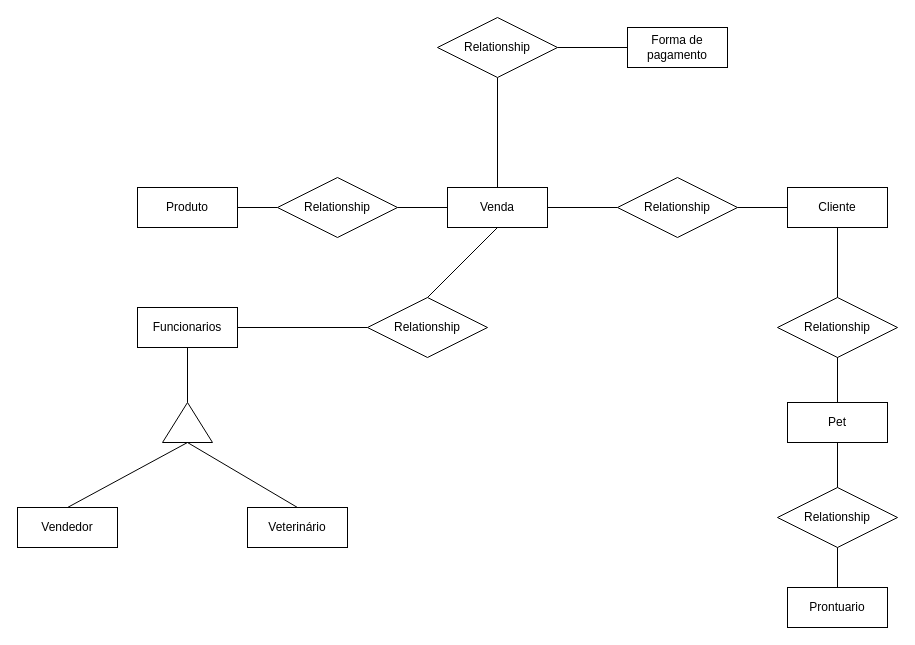
Above: Untitled Diagram.drawio in jhonnywalkerdev/db-petshop-relationship (draw.io), before the change. Source tidied: cells renumbered, new cells numbered last; positions are measured from the earlier drawing's top-left corner, leaving out a move shared by most shapes. Both pictures are drawn from the tidied source at 100%, with x=0, y=0 at pixel (17, 17).
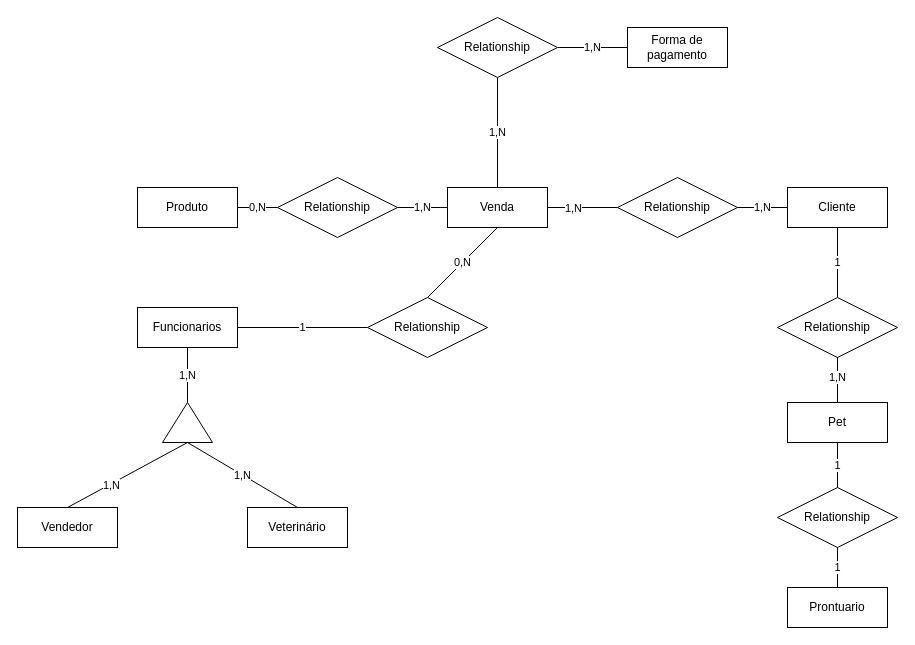
The same page after the edit.

Commit message:
update relationships values

Unchanged cells that the change refers to:
```xml
<mxCell id="2" value="Venda" style="whiteSpace=wrap;html=1;align=center;" parent="1" vertex="1">
  <mxGeometry x="430" y="170" width="100" height="40" as="geometry" />
</mxCell>
<mxCell id="3" value="Produto" style="whiteSpace=wrap;html=1;align=center;" parent="1" vertex="1">
  <mxGeometry x="120" y="170" width="100" height="40" as="geometry" />
</mxCell>
<mxCell id="4" value="Funcionarios" style="whiteSpace=wrap;html=1;align=center;" parent="1" vertex="1">
  <mxGeometry x="120" y="290" width="100" height="40" as="geometry" />
</mxCell>
<mxCell id="5" style="triangle;whiteSpace=wrap;html=1;rotation=-90;" parent="1" vertex="1">
  <mxGeometry x="150" y="380" width="40" height="50" as="geometry" />
</mxCell>
<mxCell id="6" value="Veterinário" style="whiteSpace=wrap;html=1;align=center;" parent="1" vertex="1">
  <mxGeometry x="230" y="490" width="100" height="40" as="geometry" />
</mxCell>
<mxCell id="8" style="endArrow=none;html=1;rounded=0;exitX=0;exitY=0.5;exitDx=0;exitDy=0;entryX=0.5;entryY=0;entryDx=0;entryDy=0;endFill=0;" parent="1" edge="1" source="5" target="7">
  <mxGeometry relative="1" as="geometry" />
</mxCell>
<mxCell id="11" value="Relationship" style="shape=rhombus;perimeter=rhombusPerimeter;whiteSpace=wrap;html=1;align=center;" parent="1" vertex="1">
  <mxGeometry x="260" y="160" width="120" height="60" as="geometry" />
</mxCell>
<mxCell id="14" value="Cliente" style="whiteSpace=wrap;html=1;align=center;" parent="1" vertex="1">
  <mxGeometry x="770" y="170" width="100" height="40" as="geometry" />
</mxCell>
<mxCell id="15" value="Relationship" style="shape=rhombus;perimeter=rhombusPerimeter;whiteSpace=wrap;html=1;align=center;" parent="1" vertex="1">
  <mxGeometry x="600" y="160" width="120" height="60" as="geometry" />
</mxCell>
<mxCell id="16" style="endArrow=none;html=1;rounded=0;exitX=1;exitY=0.5;exitDx=0;exitDy=0;entryX=0;entryY=0.5;entryDx=0;entryDy=0;endFill=0;" parent="1" edge="1" source="2" target="15">
  <mxGeometry relative="1" as="geometry" />
</mxCell>
<mxCell id="18" value="Relationship" style="shape=rhombus;perimeter=rhombusPerimeter;whiteSpace=wrap;html=1;align=center;" parent="1" vertex="1">
  <mxGeometry x="760" y="280" width="120" height="60" as="geometry" />
</mxCell>
<mxCell id="21" value="Pet" style="whiteSpace=wrap;html=1;align=center;" parent="1" vertex="1">
  <mxGeometry x="770" y="385" width="100" height="40" as="geometry" />
</mxCell>
<mxCell id="22" value="Relationship" style="shape=rhombus;perimeter=rhombusPerimeter;whiteSpace=wrap;html=1;align=center;" parent="1" vertex="1">
  <mxGeometry x="760" y="470" width="120" height="60" as="geometry" />
</mxCell>
<mxCell id="23" value="Prontuario" style="whiteSpace=wrap;html=1;align=center;" parent="1" vertex="1">
  <mxGeometry x="770" y="570" width="100" height="40" as="geometry" />
</mxCell>
<mxCell id="27" value="Relationship" style="shape=rhombus;perimeter=rhombusPerimeter;whiteSpace=wrap;html=1;align=center;" parent="1" vertex="1">
  <mxGeometry x="350" y="280" width="120" height="60" as="geometry" />
</mxCell>
<mxCell id="30" value="Forma de pagamento" style="whiteSpace=wrap;html=1;align=center;" parent="1" vertex="1">
  <mxGeometry x="610" y="10" width="100" height="40" as="geometry" />
</mxCell>
<mxCell id="33" value="Relationship" style="shape=rhombus;perimeter=rhombusPerimeter;whiteSpace=wrap;html=1;align=center;" parent="1" vertex="1">
  <mxGeometry x="420" width="120" height="60" as="geometry" />
</mxCell>
```

The edit, as a diff of the source:
```diff
@@
+    <mxCell id="34" value="1,N" style="edgeLabel;html=1;align=center;verticalAlign=middle;" parent="8" vertex="1">
+      <mxGeometry x="0.29" y="1" relative="1" as="geometry" />
+    </mxCell>
-    <mxCell id="9" style="endArrow=none;html=1;rounded=0;exitX=0;exitY=0.5;exitDx=0;exitDy=0;entryX=0.5;entryY=0;entryDx=0;entryDy=0;strokeColor=default;endFill=0;" parent="1" edge="1" source="5" target="6">
+    <mxCell id="9" value="1,N" style="endArrow=none;html=1;rounded=0;exitX=0;exitY=0.5;exitDx=0;exitDy=0;entryX=0.5;entryY=0;entryDx=0;entryDy=0;strokeColor=default;endFill=0;" parent="1" edge="1" source="5" target="6">
       <mxGeometry relative="1" as="geometry" />
     </mxCell>
-    <mxCell id="10" style="endArrow=none;html=1;rounded=0;exitX=0.5;exitY=1;exitDx=0;exitDy=0;entryX=1;entryY=0.5;entryDx=0;entryDy=0;endFill=0;" parent="1" edge="1" source="4" target="5">
+    <mxCell id="10" value="1,N" style="endArrow=none;html=1;rounded=0;exitX=0.5;exitY=1;exitDx=0;exitDy=0;entryX=1;entryY=0.5;entryDx=0;entryDy=0;endFill=0;" parent="1" edge="1" source="4" target="5">
       <mxGeometry relative="1" as="geometry" />
     </mxCell>
@@
-    <mxCell id="12" style="endArrow=none;html=1;rounded=0;exitX=1;exitY=0.5;exitDx=0;exitDy=0;entryX=0;entryY=0.5;entryDx=0;entryDy=0;endFill=0;" parent="1" edge="1" source="3" target="11">
+    <mxCell id="12" value="0,N" style="endArrow=none;html=1;rounded=0;exitX=1;exitY=0.5;exitDx=0;exitDy=0;entryX=0;entryY=0.5;entryDx=0;entryDy=0;endFill=0;" parent="1" edge="1" source="3" target="11">
       <mxGeometry relative="1" as="geometry" />
     </mxCell>
-    <mxCell id="13" style="endArrow=none;html=1;rounded=0;exitX=1;exitY=0.5;exitDx=0;exitDy=0;entryX=0;entryY=0.5;entryDx=0;entryDy=0;endFill=0;" parent="1" edge="1" source="11" target="2">
+    <mxCell id="13" value="1,N" style="endArrow=none;html=1;rounded=0;exitX=1;exitY=0.5;exitDx=0;exitDy=0;entryX=0;entryY=0.5;entryDx=0;entryDy=0;endFill=0;" parent="1" edge="1" source="11" target="2">
       <mxGeometry relative="1" as="geometry" />
     </mxCell>
@@
+    <mxCell id="35" value="1,N" style="edgeLabel;html=1;align=center;verticalAlign=middle;" parent="16" vertex="1">
+      <mxGeometry x="-0.29" relative="1" as="geometry" />
+    </mxCell>
-    <mxCell id="17" style="endArrow=none;html=1;rounded=0;exitX=1;exitY=0.5;exitDx=0;exitDy=0;endFill=0;" parent="1" edge="1" source="15" target="14">
+    <mxCell id="17" value="1,N" style="endArrow=none;html=1;rounded=0;exitX=1;exitY=0.5;exitDx=0;exitDy=0;endFill=0;" parent="1" edge="1" source="15" target="14">
       <mxGeometry relative="1" as="geometry" />
     </mxCell>
@@
-    <mxCell id="19" style="endArrow=none;html=1;rounded=0;exitX=0.5;exitY=1;exitDx=0;exitDy=0;endFill=0;entryX=0.5;entryY=0;entryDx=0;entryDy=0;" parent="1" edge="1" source="14" target="18">
+    <mxCell id="19" value="1" style="endArrow=none;html=1;rounded=0;exitX=0.5;exitY=1;exitDx=0;exitDy=0;endFill=0;entryX=0.5;entryY=0;entryDx=0;entryDy=0;" parent="1" edge="1" source="14" target="18">
       <mxGeometry relative="1" as="geometry" />
     </mxCell>
@@
-    <mxCell id="24" style="endArrow=none;html=1;rounded=0;exitX=0.5;exitY=1;exitDx=0;exitDy=0;endFill=0;" parent="1" edge="1" source="18">
+    <mxCell id="24" value="1,N" style="endArrow=none;html=1;rounded=0;exitX=0.5;exitY=1;exitDx=0;exitDy=0;endFill=0;" parent="1" edge="1" source="18">
       <mxGeometry relative="1" as="geometry">
         <mxPoint x="820" y="380" as="targetPoint" />
       </mxGeometry>
     </mxCell>
-    <mxCell id="25" style="endArrow=none;html=1;rounded=0;exitX=0.5;exitY=1;exitDx=0;exitDy=0;endFill=0;entryX=0.5;entryY=0;entryDx=0;entryDy=0;" parent="1" edge="1" source="21" target="22">
+    <mxCell id="25" value="1" style="endArrow=none;html=1;rounded=0;exitX=0.5;exitY=1;exitDx=0;exitDy=0;endFill=0;entryX=0.5;entryY=0;entryDx=0;entryDy=0;" parent="1" edge="1" source="21" target="22">
       <mxGeometry relative="1" as="geometry" />
     </mxCell>
-    <mxCell id="26" style="endArrow=none;html=1;rounded=0;exitX=0.5;exitY=1;exitDx=0;exitDy=0;endFill=0;entryX=0.5;entryY=0;entryDx=0;entryDy=0;" parent="1" edge="1" source="22" target="23">
+    <mxCell id="26" value="1" style="endArrow=none;html=1;rounded=0;exitX=0.5;exitY=1;exitDx=0;exitDy=0;endFill=0;entryX=0.5;entryY=0;entryDx=0;entryDy=0;" parent="1" edge="1" source="22" target="23">
       <mxGeometry relative="1" as="geometry" />
     </mxCell>
@@
-    <mxCell id="28" style="endArrow=none;html=1;rounded=0;exitX=1;exitY=0.5;exitDx=0;exitDy=0;entryX=0;entryY=0.5;entryDx=0;entryDy=0;endFill=0;" parent="1" edge="1" source="4" target="27">
+    <mxCell id="28" value="1" style="endArrow=none;html=1;rounded=0;exitX=1;exitY=0.5;exitDx=0;exitDy=0;entryX=0;entryY=0.5;entryDx=0;entryDy=0;endFill=0;" parent="1" edge="1" source="4" target="27">
       <mxGeometry relative="1" as="geometry" />
     </mxCell>
-    <mxCell id="29" style="endArrow=none;html=1;rounded=0;exitX=0.5;exitY=1;exitDx=0;exitDy=0;entryX=0.5;entryY=0;entryDx=0;entryDy=0;endFill=0;" parent="1" edge="1" source="2" target="27">
+    <mxCell id="29" value="0,N" style="endArrow=none;html=1;rounded=0;exitX=0.5;exitY=1;exitDx=0;exitDy=0;entryX=0.5;entryY=0;entryDx=0;entryDy=0;endFill=0;" parent="1" edge="1" source="2" target="27">
       <mxGeometry relative="1" as="geometry" />
     </mxCell>
@@
-    <mxCell id="31" style="edgeStyle=orthogonalEdgeStyle;rounded=0;jettySize=auto;html=1;endArrow=none;endFill=0;strokeColor=default;" parent="1" edge="1" source="33" target="2">
+    <mxCell id="31" value="1,N" style="edgeStyle=orthogonalEdgeStyle;rounded=0;jettySize=auto;html=1;endArrow=none;endFill=0;strokeColor=default;" parent="1" edge="1" source="33" target="2">
       <mxGeometry relative="1" as="geometry" />
     </mxCell>
-    <mxCell id="32" style="edgeStyle=orthogonalEdgeStyle;rounded=0;jettySize=auto;html=1;endArrow=none;endFill=0;strokeColor=default;" parent="1" edge="1" source="33" target="30">
+    <mxCell id="32" value="1,N" style="edgeStyle=orthogonalEdgeStyle;rounded=0;jettySize=auto;html=1;endArrow=none;endFill=0;strokeColor=default;" parent="1" edge="1" source="33" target="30">
       <mxGeometry relative="1" as="geometry" />
     </mxCell>
```
